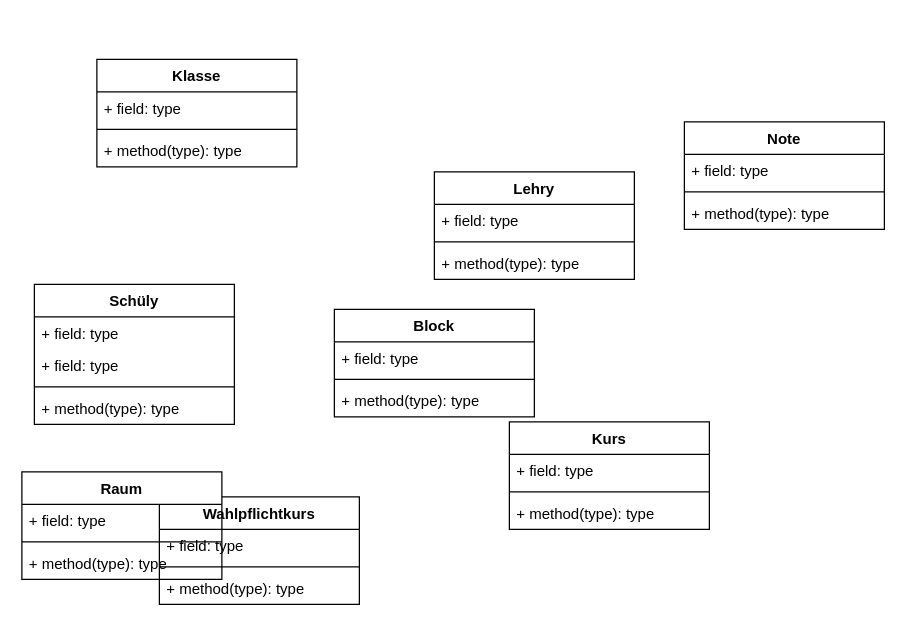
Above: InfoLK.drawio in CookieCenter/draw (draw.io), before the change. Source tidied: cells renumbered, new cells numbered last; positions are measured from the earlier drawing's top-left corner, leaving out a move shared by most shapes. Both pictures are drawn from the tidied source at 125%, with x=0, y=0 at pixel (21, 59).
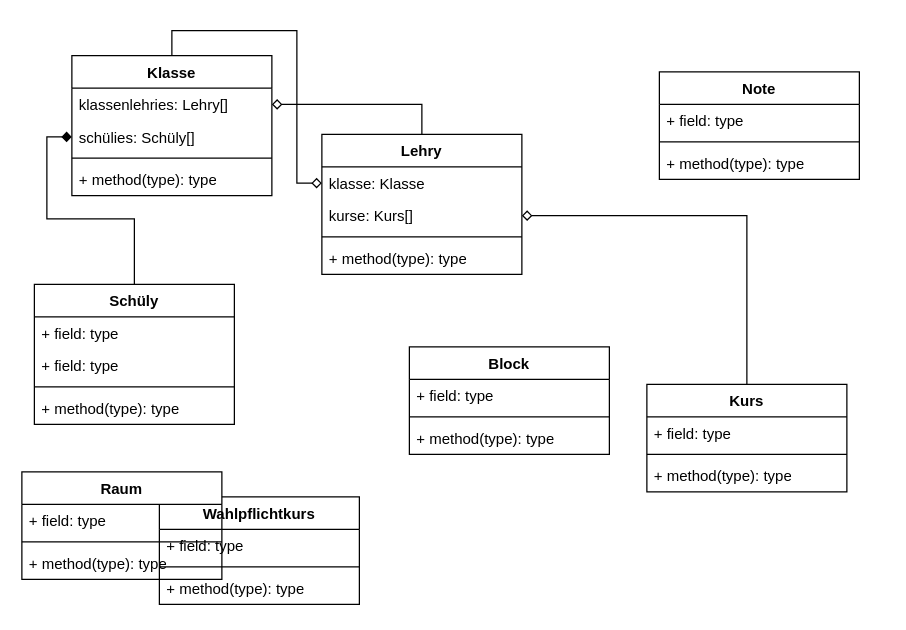
The same diagram, later.

Unchanged cells that the change refers to:
```xml
<mxCell id="2" value="Schüly" style="swimlane;fontStyle=1;align=center;verticalAlign=top;horizontal=1;startSize=26;whiteSpace=wrap;html=1;" parent="1" vertex="1">
  <mxGeometry x="10" y="180" width="160" height="112" as="geometry" />
</mxCell>
```

What changed in the source:
```diff
@@
-    <mxCell id="3" value="+ field: type" style="text;strokeColor=none;fillColor=none;align=left;verticalAlign=top;spacingLeft=4;spacingRight=4;overflow=hidden;points=[[0,0.5],[1,0.5]];portConstraint=eastwest;whiteSpace=wrap;html=1;" parent="2" vertex="1">
-      <mxGeometry y="26" width="160" height="26" as="geometry" />
-    </mxCell>
     <mxCell id="4" value="+ field: type" style="text;strokeColor=none;fillColor=none;align=left;verticalAlign=top;spacingLeft=4;spacingRight=4;overflow=hidden;whiteSpace=wrap;html=1;" parent="2" vertex="1">
-      <mxGeometry y="52" width="160" height="26" as="geometry" />
+      <mxGeometry y="26" width="160" height="26" as="geometry" />
     </mxCell>
+    <mxCell id="16" value="+ field: type" style="text;strokeColor=none;fillColor=none;align=left;verticalAlign=top;spacingLeft=4;spacingRight=4;overflow=hidden;whiteSpace=wrap;html=1;" parent="2" vertex="1">
+      <mxGeometry y="52" width="160" height="26" as="geometry" />
+    </mxCell>
@@
     <mxCell id="7" value="Lehry" style="swimlane;fontStyle=1;align=center;verticalAlign=top;horizontal=1;startSize=26;whiteSpace=wrap;html=1;" parent="1" vertex="1">
-      <mxGeometry x="330" y="90" width="160" height="86" as="geometry" />
+      <mxGeometry x="240" y="60" width="160" height="112" as="geometry" />
     </mxCell>
+    <mxCell id="35" value="klasse: Klasse" style="text;strokeColor=none;fillColor=none;align=left;verticalAlign=top;spacingLeft=4;spacingRight=4;overflow=hidden;points=[[0,0.5],[1,0.5]];portConstraint=eastwest;whiteSpace=wrap;html=1;" parent="7" vertex="1">
+      <mxGeometry y="26" width="160" height="26" as="geometry" />
+    </mxCell>
-    <mxCell id="8" value="+ field: type" style="text;strokeColor=none;fillColor=none;align=left;verticalAlign=top;spacingLeft=4;spacingRight=4;overflow=hidden;points=[[0,0.5],[1,0.5]];portConstraint=eastwest;whiteSpace=wrap;html=1;" parent="7" vertex="1">
-      <mxGeometry y="26" width="160" height="26" as="geometry" />
+    <mxCell id="8" value="kurse: Kurs[]" style="text;strokeColor=none;fillColor=none;align=left;verticalAlign=top;spacingLeft=4;spacingRight=4;overflow=hidden;points=[[0,0.5],[1,0.5]];portConstraint=eastwest;whiteSpace=wrap;html=1;" parent="7" vertex="1">
+      <mxGeometry y="52" width="160" height="26" as="geometry" />
     </mxCell>
     <mxCell id="9" style="line;strokeWidth=1;fillColor=none;align=left;verticalAlign=middle;spacingTop=-1;spacingLeft=3;spacingRight=3;labelPosition=right;strokeColor=inherit;" parent="7" vertex="1">
-      <mxGeometry y="52" width="160" height="8" as="geometry" />
+      <mxGeometry y="78" width="160" height="8" as="geometry" />
     </mxCell>
     <mxCell id="10" value="+ method(type): type" style="text;strokeColor=none;fillColor=none;align=left;verticalAlign=top;spacingLeft=4;spacingRight=4;overflow=hidden;whiteSpace=wrap;html=1;" parent="7" vertex="1">
-      <mxGeometry y="60" width="160" height="26" as="geometry" />
+      <mxGeometry y="86" width="160" height="26" as="geometry" />
     </mxCell>
     <mxCell id="11" value="Kurs" style="swimlane;fontStyle=1;align=center;verticalAlign=top;horizontal=1;startSize=26;whiteSpace=wrap;html=1;" parent="1" vertex="1">
-      <mxGeometry x="390" y="290" width="160" height="86" as="geometry" />
+      <mxGeometry x="500" y="260" width="160" height="86" as="geometry" />
     </mxCell>
@@
     <mxCell id="15" value="Klasse" style="swimlane;fontStyle=1;align=center;verticalAlign=top;horizontal=1;startSize=26;whiteSpace=wrap;html=1;" parent="1" vertex="1">
-      <mxGeometry x="60" width="160" height="86" as="geometry" />
+      <mxGeometry x="40" y="-3" width="160" height="112" as="geometry" />
     </mxCell>
-    <mxCell id="16" value="+ field: type" style="text;strokeColor=none;fillColor=none;align=left;verticalAlign=top;spacingLeft=4;spacingRight=4;overflow=hidden;whiteSpace=wrap;html=1;" parent="15" vertex="1">
-      <mxGeometry y="26" width="160" height="26" as="geometry" />
-    </mxCell>
+    <mxCell id="3" value="&lt;div&gt;klassenlehries: Lehry[]&lt;/div&gt;&lt;div&gt;&lt;br&gt;&lt;/div&gt;" style="text;strokeColor=none;fillColor=none;align=left;verticalAlign=top;spacingLeft=4;spacingRight=4;overflow=hidden;points=[[0,0.5],[1,0.5]];portConstraint=eastwest;whiteSpace=wrap;html=1;" parent="15" vertex="1">
+      <mxGeometry y="26" width="160" height="26" as="geometry" />
+    </mxCell>
+    <mxCell id="36" value="schülies: Schüly[]" style="text;strokeColor=none;fillColor=none;align=left;verticalAlign=top;spacingLeft=4;spacingRight=4;overflow=hidden;points=[[0,0.5],[1,0.5]];portConstraint=eastwest;whiteSpace=wrap;html=1;" parent="15" vertex="1">
+      <mxGeometry y="52" width="160" height="26" as="geometry" />
+    </mxCell>
     <mxCell id="17" style="line;strokeWidth=1;fillColor=none;align=left;verticalAlign=middle;spacingTop=-1;spacingLeft=3;spacingRight=3;labelPosition=right;strokeColor=inherit;" parent="15" vertex="1">
-      <mxGeometry y="52" width="160" height="8" as="geometry" />
+      <mxGeometry y="78" width="160" height="8" as="geometry" />
     </mxCell>
     <mxCell id="18" value="+ method(type): type" style="text;strokeColor=none;fillColor=none;align=left;verticalAlign=top;spacingLeft=4;spacingRight=4;overflow=hidden;whiteSpace=wrap;html=1;" parent="15" vertex="1">
-      <mxGeometry y="60" width="160" height="26" as="geometry" />
+      <mxGeometry y="86" width="160" height="26" as="geometry" />
     </mxCell>
@@
     <mxCell id="23" value="Block" style="swimlane;fontStyle=1;align=center;verticalAlign=top;horizontal=1;startSize=26;whiteSpace=wrap;html=1;" parent="1" vertex="1">
-      <mxGeometry x="250" y="200" width="160" height="86" as="geometry" />
+      <mxGeometry x="310" y="230" width="160" height="86" as="geometry" />
     </mxCell>
@@
     <mxCell id="31" value="Note" style="swimlane;fontStyle=1;align=center;verticalAlign=top;horizontal=1;startSize=26;whiteSpace=wrap;html=1;" parent="1" vertex="1">
-      <mxGeometry x="530" y="50" width="160" height="86" as="geometry" />
+      <mxGeometry x="510" y="10" width="160" height="86" as="geometry" />
     </mxCell>
@@
+    <mxCell id="37" style="edgeStyle=orthogonalEdgeStyle;rounded=0;jettySize=auto;html=1;entryX=0.5;entryY=0;entryDx=0;entryDy=0;startArrow=diamond;startFill=0;endArrow=none;endFill=0;" parent="1" edge="1" source="3" target="7">
+      <mxGeometry relative="1" as="geometry" />
+    </mxCell>
+    <mxCell id="38" style="edgeStyle=orthogonalEdgeStyle;rounded=0;jettySize=auto;html=1;entryX=0.5;entryY=0;entryDx=0;entryDy=0;endArrow=none;endFill=0;startArrow=diamond;startFill=1;" parent="1" edge="1" source="36" target="2">
+      <mxGeometry relative="1" as="geometry" />
+    </mxCell>
+    <mxCell id="39" style="edgeStyle=orthogonalEdgeStyle;rounded=0;jettySize=auto;html=1;startArrow=diamond;startFill=0;endArrow=none;endFill=0;" parent="1" edge="1" source="8" target="11">
+      <mxGeometry relative="1" as="geometry" />
+    </mxCell>
+    <mxCell id="40" style="edgeStyle=orthogonalEdgeStyle;rounded=0;jettySize=auto;html=1;exitX=0;exitY=0.5;exitDx=0;exitDy=0;entryX=0.5;entryY=0;entryDx=0;entryDy=0;startArrow=diamond;startFill=0;endArrow=none;endFill=0;" parent="1" edge="1" source="35" target="15">
+      <mxGeometry relative="1" as="geometry" />
+    </mxCell>
```
